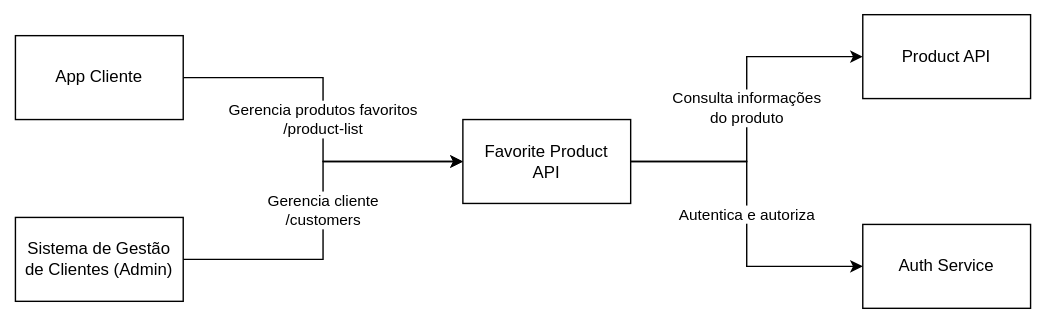
emersonmx/favorite-products-nodejs keeps this draw.io diagram as docs/images/arch.svg. Above is the earlier version. Source tidied: cells renumbered, new cells last; positions are measured from the earlier drawing's top-left corner, leaving out a move shared by most shapes.
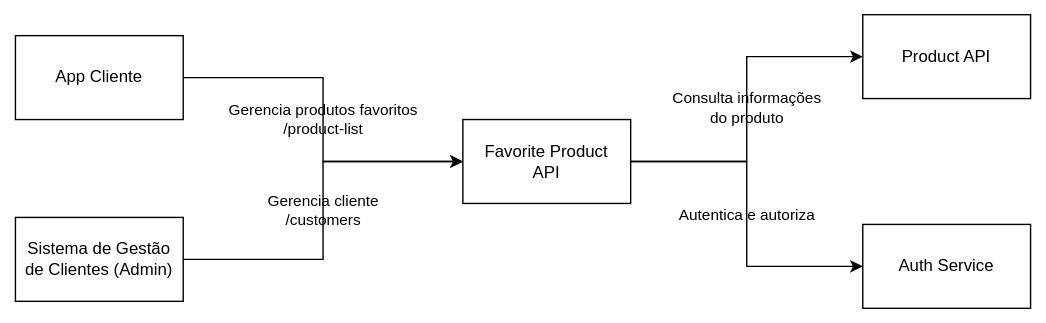
After the change.

Change to the diagram source:
```diff
@@ -2,22 +2,22 @@
   <root>
     <mxCell id="0" />
     <mxCell id="1" parent="0" />
-    <mxCell id="2" value="Gerencia cliente&lt;br&gt;/customers" style="edgeStyle=orthogonalEdgeStyle;rounded=0;jettySize=auto;html=1;entryX=0;entryY=0.5;entryDx=0;entryDy=0;" parent="1" edge="1" source="3" target="6">
+    <mxCell id="2" value="Gerencia cliente&lt;br&gt;/customers" style="edgeStyle=orthogonalEdgeStyle;rounded=0;jettySize=auto;html=1;entryX=0;entryY=0.5;entryDx=0;entryDy=0;labelBackgroundColor=none;" parent="1" edge="1" source="3" target="6">
       <mxGeometry relative="1" as="geometry" />
     </mxCell>
     <mxCell id="3" value="Sistema de Gestão de Clientes (Admin)" style="rounded=0;whiteSpace=wrap;html=1;" parent="1" vertex="1">
       <mxGeometry y="145" width="120" height="60" as="geometry" />
     </mxCell>
-    <mxCell id="4" value="Consulta informações&lt;br&gt;do produto" style="edgeStyle=orthogonalEdgeStyle;rounded=0;jettySize=auto;html=1;entryX=0;entryY=0.5;entryDx=0;entryDy=0;" parent="1" edge="1" source="6" target="9">
+    <mxCell id="4" value="Consulta informações&lt;br&gt;do produto" style="edgeStyle=orthogonalEdgeStyle;rounded=0;jettySize=auto;html=1;entryX=0;entryY=0.5;entryDx=0;entryDy=0;labelBackgroundColor=none;" parent="1" edge="1" source="6" target="9">
       <mxGeometry relative="1" as="geometry" />
     </mxCell>
-    <mxCell id="5" value="Autentica e autoriza" style="edgeStyle=orthogonalEdgeStyle;rounded=0;jettySize=auto;html=1;entryX=0;entryY=0.5;entryDx=0;entryDy=0;" parent="1" edge="1" source="6" target="10">
+    <mxCell id="5" value="Autentica e autoriza" style="edgeStyle=orthogonalEdgeStyle;rounded=0;jettySize=auto;html=1;entryX=0;entryY=0.5;entryDx=0;entryDy=0;labelBackgroundColor=none;" parent="1" edge="1" source="6" target="10">
       <mxGeometry relative="1" as="geometry" />
     </mxCell>
     <mxCell id="6" value="Favorite Product&lt;br&gt;API" style="rounded=0;whiteSpace=wrap;html=1;" parent="1" vertex="1">
       <mxGeometry x="320" y="75" width="120" height="60" as="geometry" />
     </mxCell>
-    <mxCell id="7" value="Gerencia produtos favoritos&lt;br&gt;/product-list" style="edgeStyle=orthogonalEdgeStyle;rounded=0;jettySize=auto;html=1;entryX=0;entryY=0.5;entryDx=0;entryDy=0;" parent="1" edge="1" source="8" target="6">
+    <mxCell id="7" value="Gerencia produtos favoritos&lt;br&gt;/product-list" style="edgeStyle=orthogonalEdgeStyle;rounded=0;jettySize=auto;html=1;entryX=0;entryY=0.5;entryDx=0;entryDy=0;labelBackgroundColor=none;" parent="1" edge="1" source="8" target="6">
       <mxGeometry relative="1" as="geometry" />
     </mxCell>
     <mxCell id="8" value="App Cliente" style="rounded=0;whiteSpace=wrap;html=1;" parent="1" vertex="1">
```
